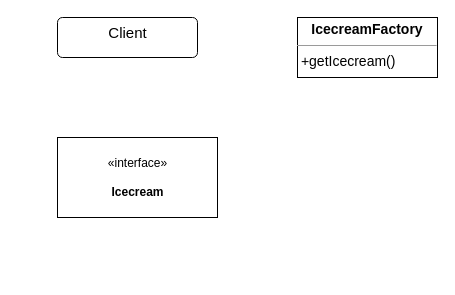
The draw.io diagram structural/flyweight/flyweight.drawio in MaksShadows/Patterns, before the edit. Source tidied: cells renumbered, new cells numbered last; positions are measured from the earlier drawing's top-left corner, leaving out a move shared by most shapes. Both pictures are drawn from the tidied source at 100%, with x=0, y=0 at pixel (57, 17).
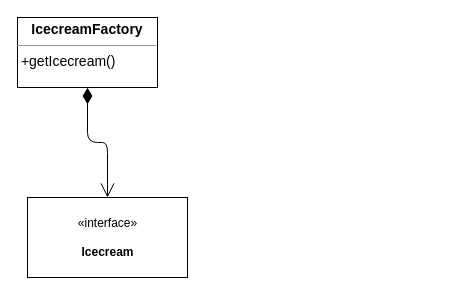
The same page after the edit.

The edit, as a diff of the source:
```diff
@@
 <mxGraphModel>
   <root>
     <mxCell id="0" />
     <mxCell id="1" parent="0" />
-    <mxCell id="2" value="&lt;font style=&quot;font-size: 15px&quot;&gt;Client&lt;/font&gt;" style="html=1;align=center;verticalAlign=top;rounded=1;absoluteArcSize=1;arcSize=10;dashed=0;" parent="1" vertex="1">
-      <mxGeometry width="140" height="40" as="geometry" />
-    </mxCell>
     <mxCell id="3" value="&lt;p style=&quot;margin: 4px 0px 0px ; text-align: center ; font-size: 14px&quot;&gt;&lt;b&gt;&lt;font style=&quot;font-size: 14px&quot;&gt;IcecreamFactory&lt;/font&gt;&lt;/b&gt;&lt;/p&gt;&lt;hr size=&quot;1&quot; style=&quot;font-size: 14px&quot;&gt;&lt;div style=&quot;height: 2px&quot;&gt;&lt;font style=&quot;font-size: 14px&quot;&gt;&amp;nbsp;+getIcecream()&lt;/font&gt;&lt;/div&gt;" style="verticalAlign=top;align=left;overflow=fill;fontSize=12;fontFamily=Helvetica;html=1;" parent="1" vertex="1">
-      <mxGeometry x="240" width="140" height="60" as="geometry" />
+      <mxGeometry x="-40" width="140" height="70" as="geometry" />
     </mxCell>
     <mxCell id="4" value="«interface»&lt;br&gt;&lt;br&gt;&lt;b&gt;Icecream&lt;/b&gt;" style="html=1;" parent="1" vertex="1">
-      <mxGeometry y="120" width="160" height="80" as="geometry" />
+      <mxGeometry x="-30" y="180" width="160" height="80" as="geometry" />
     </mxCell>
+    <mxCell id="5" style="endArrow=open;html=1;endSize=12;startArrow=diamondThin;startSize=14;startFill=1;edgeStyle=orthogonalEdgeStyle;align=left;verticalAlign=bottom;entryX=0.5;entryY=0;entryDx=0;entryDy=0;exitX=0.5;exitY=1;exitDx=0;exitDy=0;" parent="1" edge="1" source="3" target="4">
+      <mxGeometry x="-0.69" y="20" relative="1" as="geometry" />
+    </mxCell>
   </root>
 </mxGraphModel>
```
